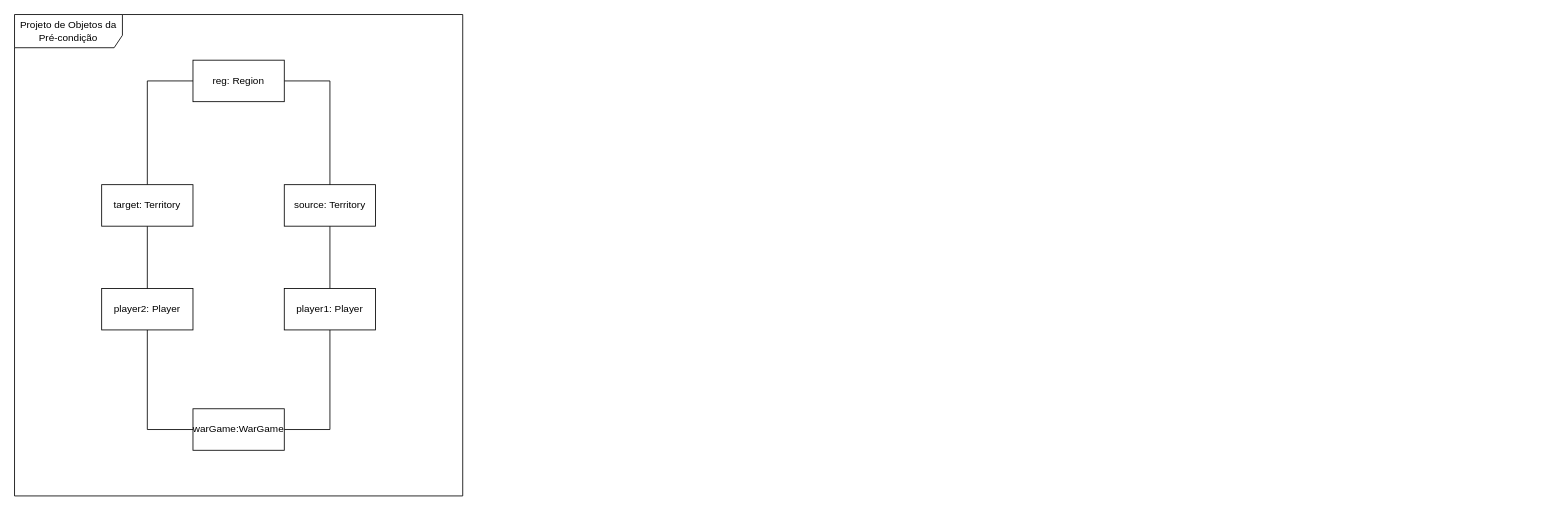
This is collaboration-diagram.drawio from Gil32610/operation-contract-territory-confront, a draw.io file, before an edit. Source tidied: cells renumbered, new cells numbered last; positions are measured from the earlier drawing's top-left corner, leaving out a move shared by most shapes. Both pictures are drawn from the tidied source at 83%, with x=0, y=0 at pixel (14, 14).
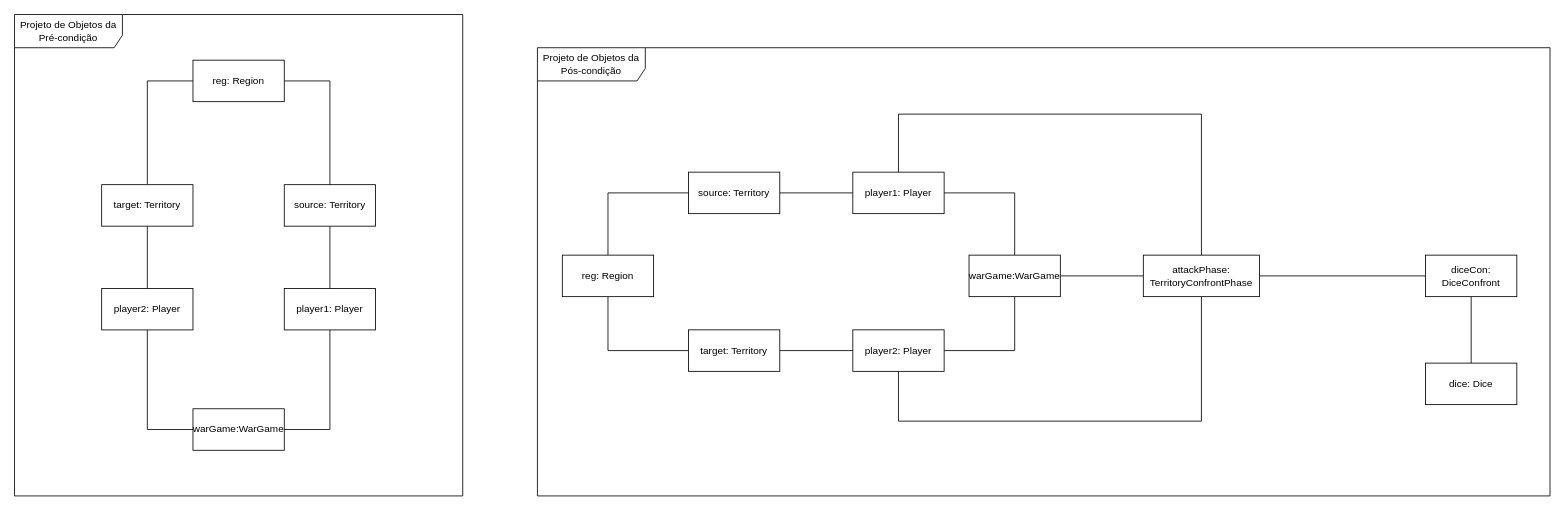
Above is the later version.

Commit message:
post conditions object project

The edit, as a diff of the source:
```diff
@@
+    <mxCell id="15" style="edgeStyle=orthogonalEdgeStyle;rounded=0;jettySize=auto;html=1;entryX=1;entryY=0.5;entryDx=0;entryDy=0;exitX=0.5;exitY=0;exitDx=0;exitDy=0;endArrow=none;endFill=0;" parent="1" edge="1" source="17" target="23">
+      <mxGeometry relative="1" as="geometry" />
+    </mxCell>
+    <mxCell id="16" style="edgeStyle=orthogonalEdgeStyle;rounded=0;jettySize=auto;html=1;entryX=0;entryY=0.5;entryDx=0;entryDy=0;endArrow=none;endFill=0;" parent="1" edge="1" source="17" target="32">
+      <mxGeometry relative="1" as="geometry" />
+    </mxCell>
+    <mxCell id="17" value="warGame:WarGame" style="html=1;whiteSpace=wrap;" parent="1" vertex="1">
+      <mxGeometry x="1150" y="289.9" width="110" height="50" as="geometry" />
+    </mxCell>
+    <mxCell id="18" style="edgeStyle=orthogonalEdgeStyle;rounded=0;jettySize=auto;html=1;endArrow=none;endFill=0;entryX=0.5;entryY=1;entryDx=0;entryDy=0;exitX=1;exitY=0.5;exitDx=0;exitDy=0;" parent="1" edge="1" source="20" target="17">
+      <mxGeometry relative="1" as="geometry" />
+    </mxCell>
+    <mxCell id="19" style="edgeStyle=orthogonalEdgeStyle;rounded=0;jettySize=auto;html=1;entryX=0.5;entryY=1;entryDx=0;entryDy=0;endArrow=none;endFill=0;" parent="1" edge="1" source="20" target="32">
+      <mxGeometry relative="1" as="geometry">
+        <Array as="points">
+          <mxPoint x="1065" y="489.9" />
+          <mxPoint x="1430" y="489.9" />
+        </Array>
+      </mxGeometry>
+    </mxCell>
+    <mxCell id="20" value="player2: Player" style="html=1;whiteSpace=wrap;" parent="1" vertex="1">
+      <mxGeometry x="1010" y="379.9" width="110" height="50" as="geometry" />
+    </mxCell>
+    <mxCell id="21" style="edgeStyle=orthogonalEdgeStyle;rounded=0;jettySize=auto;html=1;entryX=1;entryY=0.5;entryDx=0;entryDy=0;endArrow=none;endFill=0;" parent="1" edge="1" source="23" target="24">
+      <mxGeometry relative="1" as="geometry" />
+    </mxCell>
+    <mxCell id="22" style="edgeStyle=orthogonalEdgeStyle;rounded=0;jettySize=auto;html=1;entryX=0.5;entryY=0;entryDx=0;entryDy=0;endArrow=none;endFill=0;" parent="1" edge="1" source="23" target="32">
+      <mxGeometry relative="1" as="geometry">
+        <Array as="points">
+          <mxPoint x="1065" y="120" />
+          <mxPoint x="1430" y="120" />
+        </Array>
+      </mxGeometry>
+    </mxCell>
+    <mxCell id="23" value="player1: Player" style="html=1;whiteSpace=wrap;" parent="1" vertex="1">
+      <mxGeometry x="1010" y="189.9" width="110" height="50" as="geometry" />
+    </mxCell>
+    <mxCell id="24" value="source: Territory" style="html=1;whiteSpace=wrap;" parent="1" vertex="1">
+      <mxGeometry x="812" y="189.9" width="110" height="50" as="geometry" />
+    </mxCell>
+    <mxCell id="25" style="edgeStyle=orthogonalEdgeStyle;rounded=0;jettySize=auto;html=1;entryX=0.5;entryY=1;entryDx=0;entryDy=0;endArrow=none;endFill=0;" parent="1" edge="1" source="27" target="29">
+      <mxGeometry relative="1" as="geometry" />
+    </mxCell>
+    <mxCell id="26" style="edgeStyle=orthogonalEdgeStyle;rounded=0;jettySize=auto;html=1;entryX=0;entryY=0.5;entryDx=0;entryDy=0;endArrow=none;endFill=0;exitX=1;exitY=0.5;exitDx=0;exitDy=0;" parent="1" edge="1" source="27" target="20">
+      <mxGeometry relative="1" as="geometry" />
+    </mxCell>
+    <mxCell id="27" value="target: Territory" style="html=1;whiteSpace=wrap;" parent="1" vertex="1">
+      <mxGeometry x="812" y="379.9" width="110" height="50" as="geometry" />
+    </mxCell>
+    <mxCell id="28" style="edgeStyle=orthogonalEdgeStyle;rounded=0;jettySize=auto;html=1;entryX=0;entryY=0.5;entryDx=0;entryDy=0;exitX=0.5;exitY=0;exitDx=0;exitDy=0;endArrow=none;endFill=0;" parent="1" edge="1" source="29" target="24">
+      <mxGeometry relative="1" as="geometry" />
+    </mxCell>
+    <mxCell id="29" value="reg: Region" style="html=1;whiteSpace=wrap;" parent="1" vertex="1">
+      <mxGeometry x="660" y="289.9" width="110" height="50" as="geometry" />
+    </mxCell>
+    <mxCell id="30" value="&lt;div&gt;Projeto de Objetos da Pós-condição&lt;/div&gt;" style="shape=umlFrame;whiteSpace=wrap;html=1;width=130;height=40;" parent="1" vertex="1">
+      <mxGeometry x="630" y="40" width="1220" height="540" as="geometry" />
+    </mxCell>
+    <mxCell id="31" style="edgeStyle=orthogonalEdgeStyle;rounded=0;jettySize=auto;html=1;endArrow=none;endFill=0;" parent="1" edge="1" source="32" target="34">
+      <mxGeometry relative="1" as="geometry" />
+    </mxCell>
+    <mxCell id="32" value="&lt;blockquote&gt;attackPhase: TerritoryConfrontPhase&lt;/blockquote&gt;" style="html=1;whiteSpace=wrap;" parent="1" vertex="1">
+      <mxGeometry x="1360" y="289.9" width="140" height="50" as="geometry" />
+    </mxCell>
+    <mxCell id="33" style="edgeStyle=orthogonalEdgeStyle;rounded=0;jettySize=auto;html=1;endArrow=none;endFill=0;" parent="1" edge="1" source="34" target="35">
+      <mxGeometry relative="1" as="geometry" />
+    </mxCell>
+    <mxCell id="34" value="diceCon: DiceConfront" style="html=1;whiteSpace=wrap;" parent="1" vertex="1">
+      <mxGeometry x="1700" y="289.9" width="110" height="50" as="geometry" />
+    </mxCell>
+    <mxCell id="35" value="dice: Dice" style="html=1;whiteSpace=wrap;" parent="1" vertex="1">
+      <mxGeometry x="1700" y="420" width="110" height="50" as="geometry" />
+    </mxCell>
```
